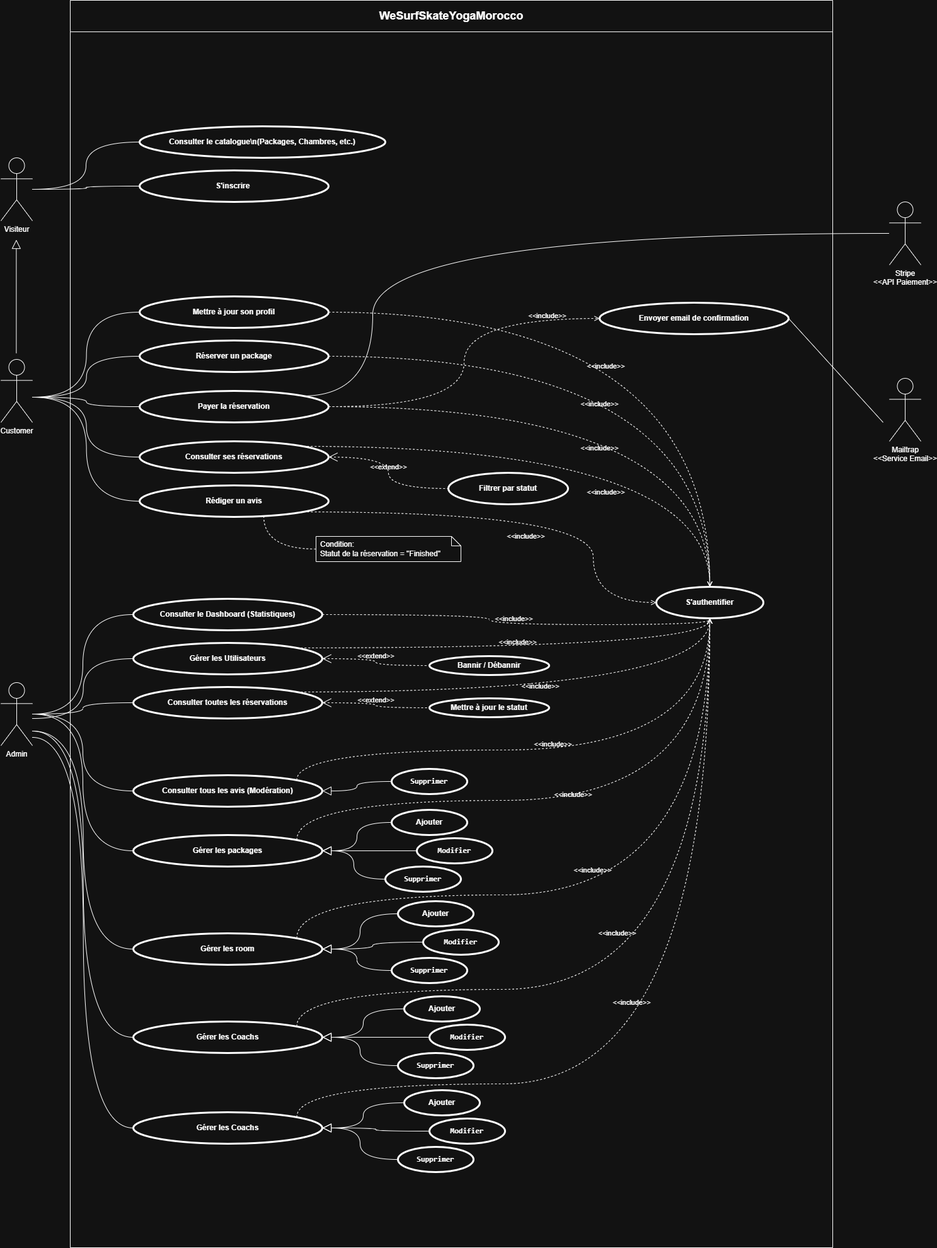
Earlier version of the draw.io export docs/Use_case_wesurfskateyogamorocco.drawio.png (zakaryahari/Projet-Fil-Rouge_WeSurfSkateYogaMorocco). Source tidied: cells renumbered, new cells last; positions are measured from the earlier drawing's top-left corner, leaving out a move shared by most shapes.
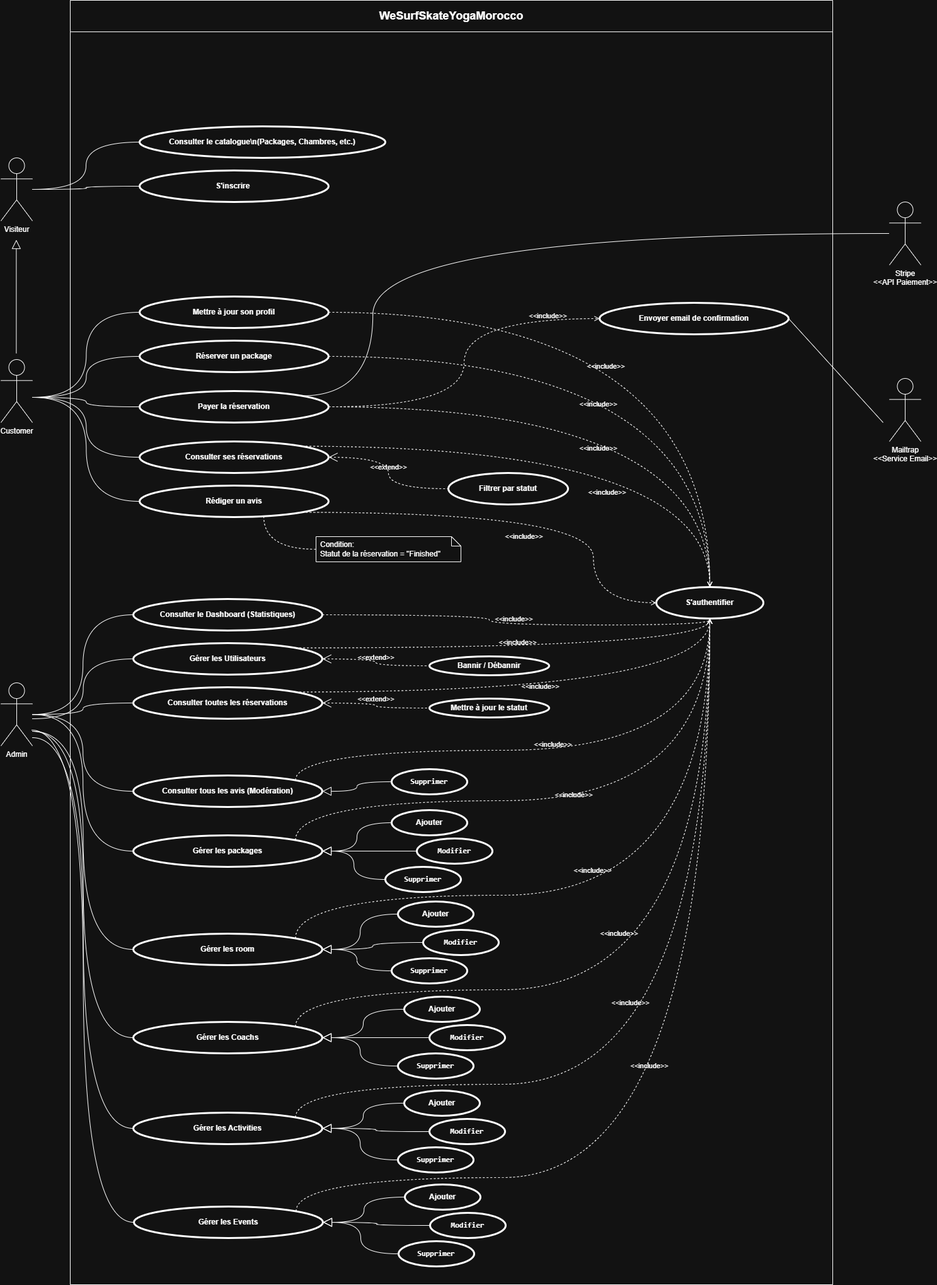
After the commit.

Commit message:
fix: update use case diagram

Diff of the diagram source:
```diff
@@ -3,7 +3,7 @@
     <mxCell id="0" />
     <mxCell id="1" parent="0" />
     <mxCell id="2" value="&lt;font style=&quot;font-size: 18px;&quot;&gt;WeSurfSkateYogaMorocco&lt;/font&gt;" style="swimlane;fontStyle=1;align=center;horizontal=1;startSize=50;html=1;whiteSpace=wrap;" parent="1" vertex="1">
-      <mxGeometry x="110" width="1210" height="1980" as="geometry" />
+      <mxGeometry x="110" width="1210" height="2038" as="geometry" />
     </mxCell>
     <mxCell id="3" value="Visiteur" style="shape=umlActor;html=1;verticalLabelPosition=bottom;verticalAlign=top;align=center;" parent="2" vertex="1">
       <mxGeometry x="-110" y="250" width="50" height="100" as="geometry" />
@@ -97,7 +97,7 @@
     <mxCell id="32" value="Gérer les Coachs" style="shape=ellipse;html=1;strokeWidth=3;fontStyle=1;whiteSpace=wrap;align=center;perimeter=ellipsePerimeter;" parent="2" vertex="1">
       <mxGeometry x="100" y="1621" width="300" height="50" as="geometry" />
     </mxCell>
-    <mxCell id="33" value="Gérer les Coachs" style="shape=ellipse;html=1;strokeWidth=3;fontStyle=1;whiteSpace=wrap;align=center;perimeter=ellipsePerimeter;" parent="2" vertex="1">
+    <mxCell id="33" value="Gérer les Activities" style="shape=ellipse;html=1;strokeWidth=3;fontStyle=1;whiteSpace=wrap;align=center;perimeter=ellipsePerimeter;" parent="2" vertex="1">
       <mxGeometry x="100" y="1765" width="300" height="50" as="geometry" />
     </mxCell>
     <mxCell id="34" value="Ajouter" style="shape=ellipse;html=1;strokeWidth=3;fontStyle=1;whiteSpace=wrap;align=center;perimeter=ellipsePerimeter;" parent="2" vertex="1">
@@ -329,5 +329,39 @@
         </Array>
       </mxGeometry>
     </mxCell>
+    <mxCell id="91" value="Gérer les Events" style="shape=ellipse;html=1;strokeWidth=3;fontStyle=1;whiteSpace=wrap;align=center;perimeter=ellipsePerimeter;" parent="1" vertex="1">
+      <mxGeometry x="211" y="1914" width="300" height="50" as="geometry" />
+    </mxCell>
+    <mxCell id="92" value="Ajouter" style="shape=ellipse;html=1;strokeWidth=3;fontStyle=1;whiteSpace=wrap;align=center;perimeter=ellipsePerimeter;" parent="1" vertex="1">
+      <mxGeometry x="641" y="1879" width="120" height="40" as="geometry" />
+    </mxCell>
+    <mxCell id="93" value="&lt;span style=&quot;font-family: monospace;&quot;&gt;Modifier&lt;/span&gt;" style="shape=ellipse;html=1;strokeWidth=3;fontStyle=1;whiteSpace=wrap;align=center;perimeter=ellipsePerimeter;" parent="1" vertex="1">
+      <mxGeometry x="681" y="1924" width="120" height="40" as="geometry" />
+    </mxCell>
+    <mxCell id="94" value="&lt;span style=&quot;font-family: monospace;&quot;&gt;Supprimer&lt;/span&gt;" style="shape=ellipse;html=1;strokeWidth=3;fontStyle=1;whiteSpace=wrap;align=center;perimeter=ellipsePerimeter;" parent="1" vertex="1">
+      <mxGeometry x="631" y="1969" width="120" height="40" as="geometry" />
+    </mxCell>
+    <mxCell id="95" style="edgeStyle=orthogonalEdgeStyle;html=1;endArrow=block;endFill=0;endSize=12;verticalAlign=bottom;rounded=0;exitX=0;exitY=0.5;exitDx=0;exitDy=0;entryX=1;entryY=0.5;entryDx=0;entryDy=0;curved=1;" parent="1" edge="1" source="93" target="91">
+      <mxGeometry relative="1" as="geometry" />
+    </mxCell>
+    <mxCell id="96" style="edgeStyle=orthogonalEdgeStyle;html=1;endArrow=block;endFill=0;endSize=12;verticalAlign=bottom;rounded=0;exitX=0;exitY=0.5;exitDx=0;exitDy=0;entryX=1;entryY=0.5;entryDx=0;entryDy=0;curved=1;" parent="1" edge="1" source="92" target="91">
+      <mxGeometry relative="1" as="geometry" />
+    </mxCell>
+    <mxCell id="97" style="edgeStyle=orthogonalEdgeStyle;html=1;endArrow=block;endFill=0;endSize=12;verticalAlign=bottom;rounded=0;exitX=0;exitY=0.5;exitDx=0;exitDy=0;entryX=1;entryY=0.5;entryDx=0;entryDy=0;curved=1;" parent="1" edge="1" source="94" target="91">
+      <mxGeometry relative="1" as="geometry" />
+    </mxCell>
+    <mxCell id="98" style="edgeStyle=orthogonalEdgeStyle;html=1;endArrow=none;verticalAlign=bottom;rounded=0;entryX=0;entryY=0.5;entryDx=0;entryDy=0;curved=1;" parent="1" edge="1" target="91">
+      <mxGeometry relative="1" as="geometry">
+        <mxPoint x="49" y="1158" as="sourcePoint" />
+      </mxGeometry>
+    </mxCell>
+    <mxCell id="99" value="&amp;lt;&amp;lt;include&amp;gt;&amp;gt;" style="edgeStyle=orthogonalEdgeStyle;html=1;endArrow=open;verticalAlign=bottom;dashed=1;labelBackgroundColor=none;rounded=0;exitX=1;exitY=0;exitDx=0;exitDy=0;entryX=0.5;entryY=1;entryDx=0;entryDy=0;curved=1;" parent="1" edge="1" source="91" target="19">
+      <mxGeometry x="0.1" y="96" relative="1" as="geometry">
+        <Array as="points">
+          <mxPoint x="467" y="1868" />
+          <mxPoint x="1125" y="1868" />
+        </Array>
+      </mxGeometry>
+    </mxCell>
   </root>
 </mxGraphModel>
```
